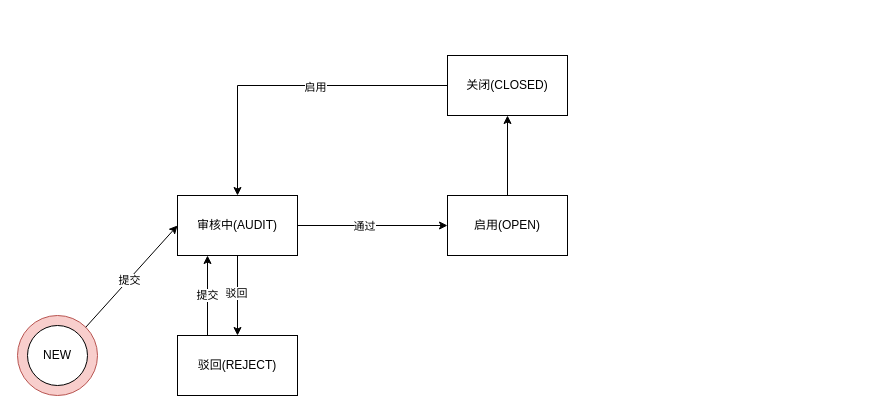
learn2Pro/draw_io_save keeps this draw.io diagram as ad_strategy_state_flow.drawio. Above is the earlier version. Source tidied: cells renumbered, new cells numbered last; positions are measured from the earlier drawing's top-left corner, leaving out a move shared by most shapes. Both pictures are drawn from the tidied source at 100%, with x=0, y=0 at pixel (17, 55).
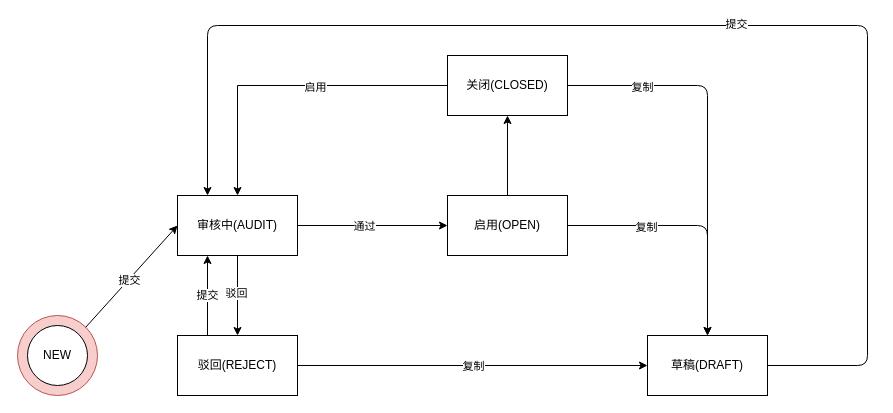
The same diagram, later.

Unchanged cells that the change refers to:
```xml
<mxCell id="9" value="审核中(AUDIT)" style="rounded=0;whiteSpace=wrap;html=1;" parent="1" vertex="1">
  <mxGeometry x="160" y="140" width="120" height="60" as="geometry" />
</mxCell>
<mxCell id="13" value="启用(OPEN)" style="rounded=0;whiteSpace=wrap;html=1;" parent="1" vertex="1">
  <mxGeometry x="430" y="140" width="120" height="60" as="geometry" />
</mxCell>
<mxCell id="14" value="驳回(REJECT)" style="rounded=0;whiteSpace=wrap;html=1;" parent="1" vertex="1">
  <mxGeometry x="160" y="280" width="120" height="60" as="geometry" />
</mxCell>
<mxCell id="17" value="关闭(CLOSED)" style="rounded=0;whiteSpace=wrap;html=1;" parent="1" vertex="1">
  <mxGeometry x="430" width="120" height="60" as="geometry" />
</mxCell>
```

What changed in the source:
```diff
@@
+    <mxCell id="20" style="edgeStyle=orthogonalEdgeStyle;rounded=0;jettySize=auto;html=1;" parent="1" edge="1" source="14" target="22">
+      <mxGeometry relative="1" as="geometry" />
+    </mxCell>
+    <mxCell id="21" value="复制" style="edgeLabel;html=1;align=center;verticalAlign=middle;" parent="20" vertex="1">
+      <mxGeometry relative="1" as="geometry" />
+    </mxCell>
@@
+    <mxCell id="22" value="草稿(DRAFT)" style="rounded=0;whiteSpace=wrap;html=1;" parent="1" vertex="1">
+      <mxGeometry x="630" y="280" width="120" height="60" as="geometry" />
+    </mxCell>
+    <mxCell id="23" style="endArrow=classic;html=1;exitX=1;exitY=0.5;exitDx=0;exitDy=0;entryX=0.5;entryY=0;entryDx=0;entryDy=0;" parent="1" edge="1" source="13" target="22">
+      <mxGeometry relative="1" as="geometry">
+        <Array as="points">
+          <mxPoint x="690" y="170" />
+        </Array>
+      </mxGeometry>
+    </mxCell>
+    <mxCell id="24" value="复制" style="edgeLabel;html=1;align=center;verticalAlign=middle;" parent="23" vertex="1">
+      <mxGeometry x="-0.38" y="-1" relative="1" as="geometry" />
+    </mxCell>
+    <mxCell id="25" style="endArrow=classic;html=1;exitX=1;exitY=0.5;exitDx=0;exitDy=0;" parent="1" edge="1" source="17">
+      <mxGeometry relative="1" as="geometry">
+        <mxPoint x="690" y="280" as="targetPoint" />
+        <Array as="points">
+          <mxPoint x="690" y="30" />
+        </Array>
+      </mxGeometry>
+    </mxCell>
+    <mxCell id="26" value="复制" style="edgeLabel;html=1;align=center;verticalAlign=middle;" parent="25" vertex="1">
+      <mxGeometry x="-0.62" y="-1" relative="1" as="geometry" />
+    </mxCell>
+    <mxCell id="27" style="endArrow=classic;html=1;exitX=1;exitY=0.5;exitDx=0;exitDy=0;entryX=0.25;entryY=0;entryDx=0;entryDy=0;" parent="1" edge="1" source="22" target="9">
+      <mxGeometry relative="1" as="geometry">
+        <Array as="points">
+          <mxPoint x="850" y="310" />
+          <mxPoint x="850" y="-30" />
+          <mxPoint x="190" y="-30" />
+        </Array>
+      </mxGeometry>
+    </mxCell>
+    <mxCell id="28" value="提交" style="edgeLabel;html=1;align=center;verticalAlign=middle;" parent="27" vertex="1">
+      <mxGeometry x="-0.1" y="-2" relative="1" as="geometry" />
+    </mxCell>
```
